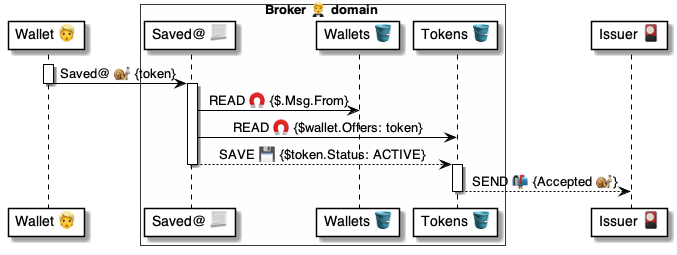
The PlantUML diagram 4 ⚙️ Solution/20 🧑‍🦰 UI/Brokers 🤵/🤵🅰️ Broker methods/Tokens 🎫 Saved 🧑‍🦰🐌🤵/🤵 Saved ⚙️ uml.png in pollyweb-org/pollyweb-docs, before a commit. Its source is kept beside it as 4 ⚙️ Solution/20 🧑‍🦰 UI/Brokers 🤵/🤵🅰️ Broker methods/Tokens 🎫 Saved 🧑‍🦰🐌🤵/🤵 Saved ⚙️ uml.puml. The source it was exported from:
```plantuml
@startuml Tokens@Broker


participant "Wallet 👱" as wallet
box Broker 🤵 domain #FFFFFA
    participant "Saved@ 📃" as broker
    participant "Wallets 🪣" as wallets
    participant "Tokens 🪣" as tokens
end box
participant "Issuer 🎴" as issuer


activate wallet
    wallet -> broker: Saved@ 🐌 {token}
deactivate wallet

activate broker
    broker -> wallets: READ 🧲 {$.Msg.From}
    broker -> tokens: READ 🧲 {$wallet.Offers: token}
    broker --> tokens: SAVE 💾 {$token.Status: ACTIVE}
deactivate broker

activate tokens
    tokens --> issuer: SEND 📬 {Accepted 🐌}
deactivate tokens


@enduml
```
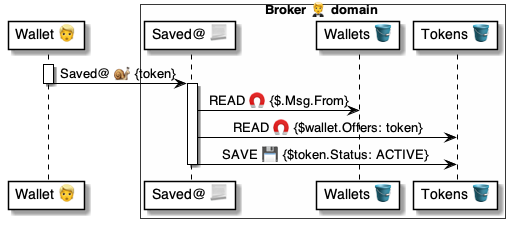
Above is the later version.

What changed in the source:
```diff
@@ -7,7 +7,6 @@
     participant "Wallets 🪣" as wallets
     participant "Tokens 🪣" as tokens
 end box
-participant "Issuer 🎴" as issuer
 
 
 activate wallet
@@ -17,12 +16,9 @@
 activate broker
     broker -> wallets: READ 🧲 {$.Msg.From}
     broker -> tokens: READ 🧲 {$wallet.Offers: token}
-    broker --> tokens: SAVE 💾 {$token.Status: ACTIVE}
+    broker -> tokens: SAVE 💾 {$token.Status: ACTIVE}
 deactivate broker
 
-activate tokens
-    tokens --> issuer: SEND 📬 {Accepted 🐌}
-deactivate tokens
 
 
 @enduml
```
